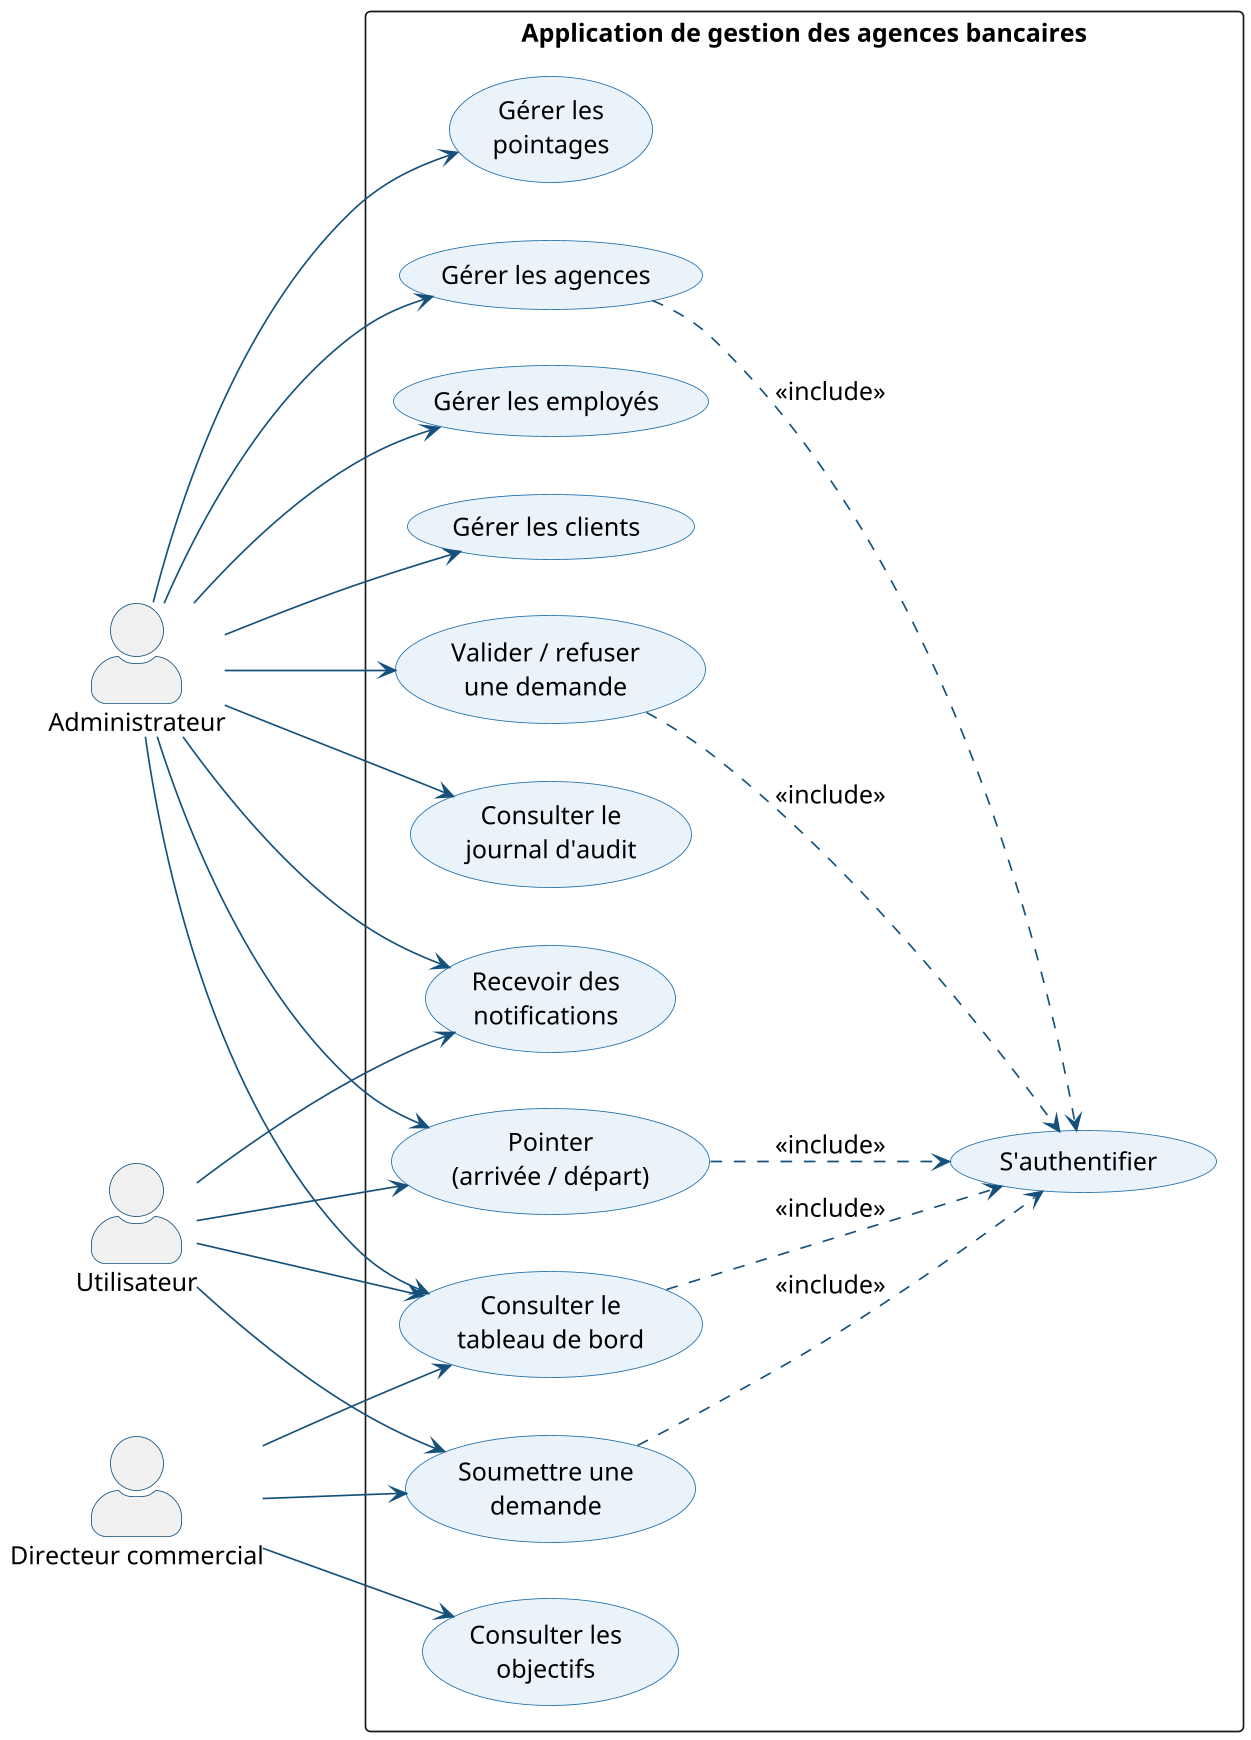
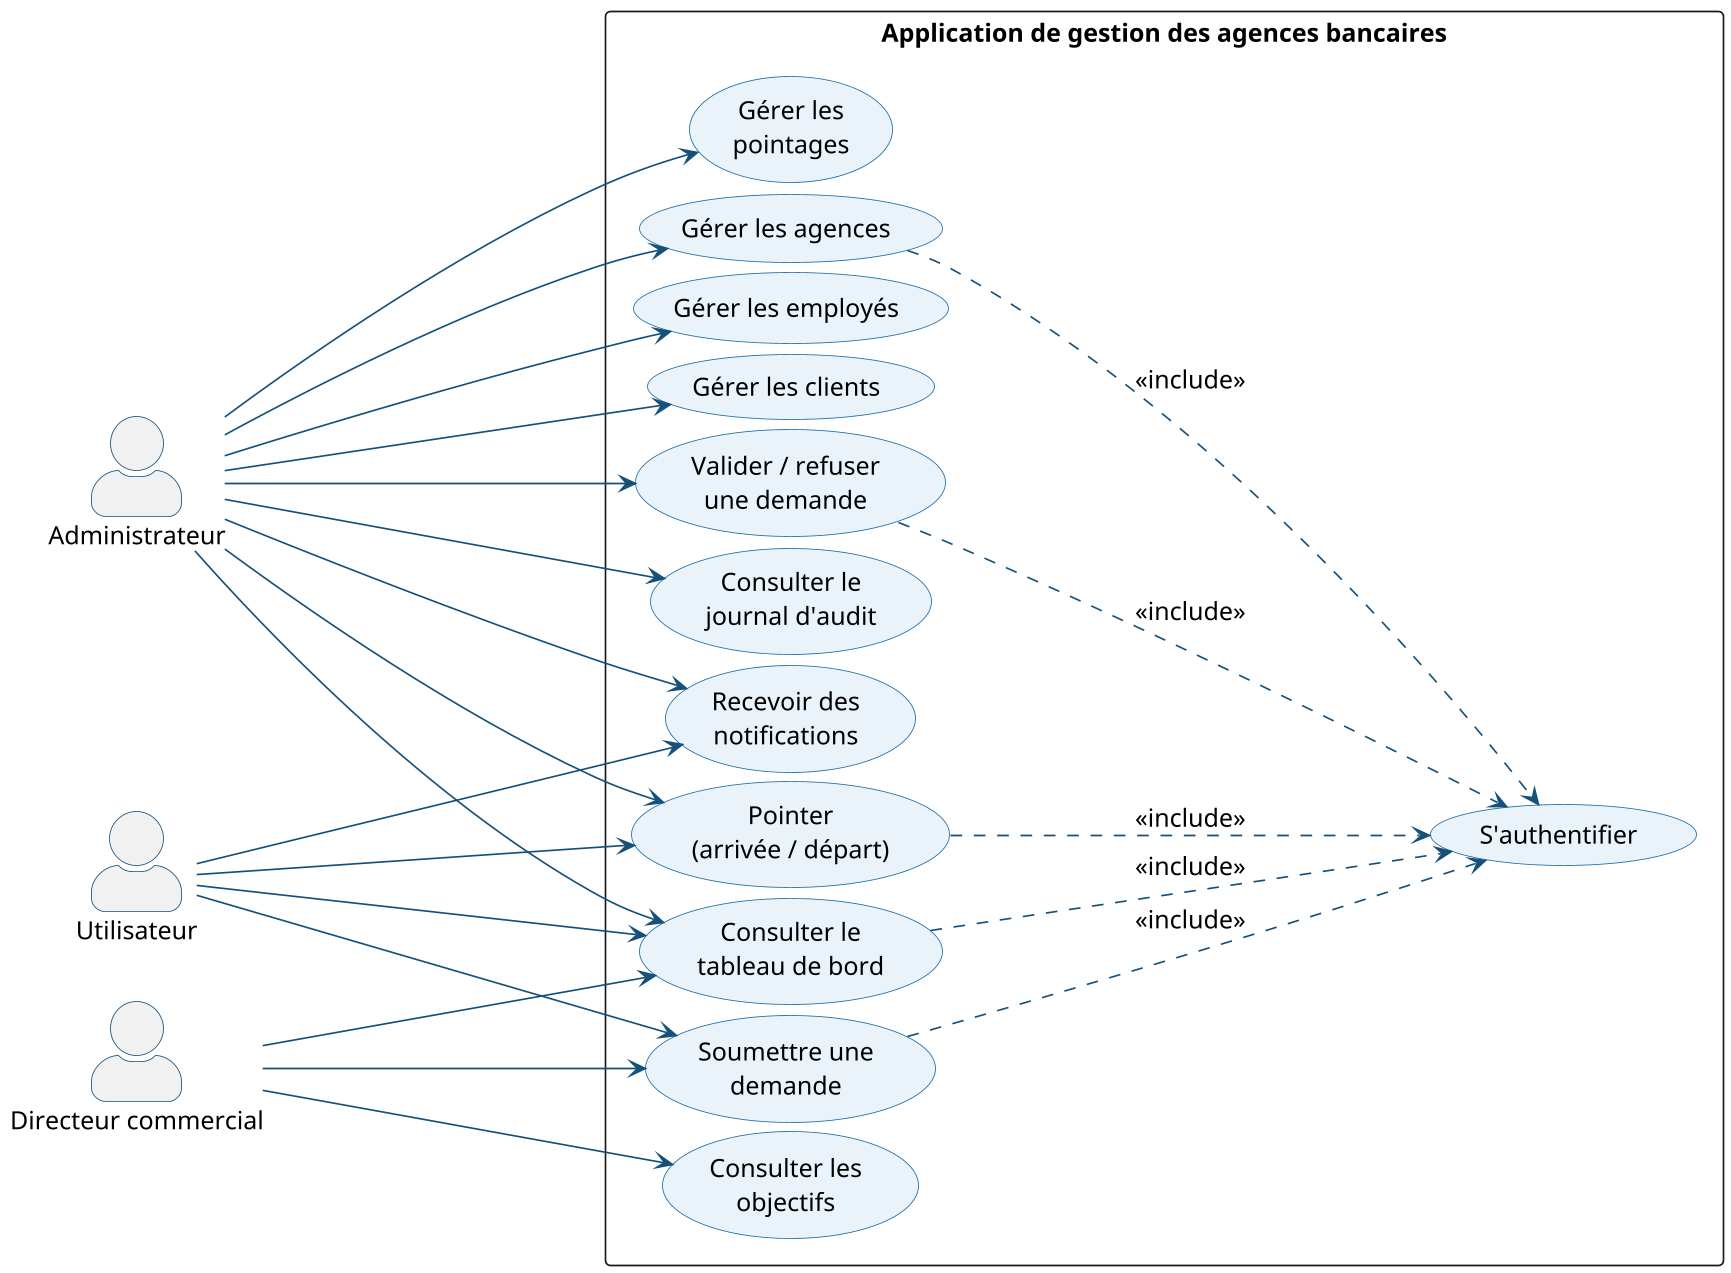
@startuml
skinparam dpi 160
skinparam shadowing false
skinparam DefaultFontName Arial
skinparam DefaultFontSize 15
skinparam ArrowColor #14507A
skinparam roundCorner 6
left to right direction
skinparam packageStyle rectangle
skinparam actorStyle awesome
skinparam usecaseBackgroundColor #EAF3FA
skinparam usecaseBorderColor #1B6CA8
skinparam actorBorderColor #14507A
- skinparam nodesep 34
- skinparam ranksep 75
+ skinparam nodesep 6
+ skinparam ranksep 220

actor "Administrateur" as ADM
actor "Directeur commercial" as DIR
actor "Utilisateur" as USR
rectangle "Application de gestion des agences bancaires" {
  usecase "S'authentifier" as UC0
  usecase "Consulter le\ntableau de bord" as UC1
  usecase "Gérer les agences" as UC2
  usecase "Gérer les employés" as UC3
  usecase "Gérer les clients" as UC4
  usecase "Consulter les\nobjectifs" as UC5
  usecase "Soumettre une\ndemande" as UC6
  usecase "Valider / refuser\nune demande" as UC7
  usecase "Consulter le\njournal d'audit" as UC8
  usecase "Recevoir des\nnotifications" as UC9
  usecase "Pointer\n(arrivée / départ)" as UC10
  usecase "Gérer les\npointages" as UC11
}
ADM --> UC1
ADM --> UC2
ADM --> UC3
ADM --> UC4
ADM --> UC7
ADM --> UC8
ADM --> UC9
ADM --> UC11
DIR --> UC1
DIR --> UC5
DIR --> UC6
USR --> UC1
USR --> UC6
USR --> UC9
USR --> UC10
ADM --> UC10
UC1 ..> UC0 : <<include>>
UC2 ..> UC0 : <<include>>
UC6 ..> UC0 : <<include>>
UC7 ..> UC0 : <<include>>
UC10 ..> UC0 : <<include>>
@enduml